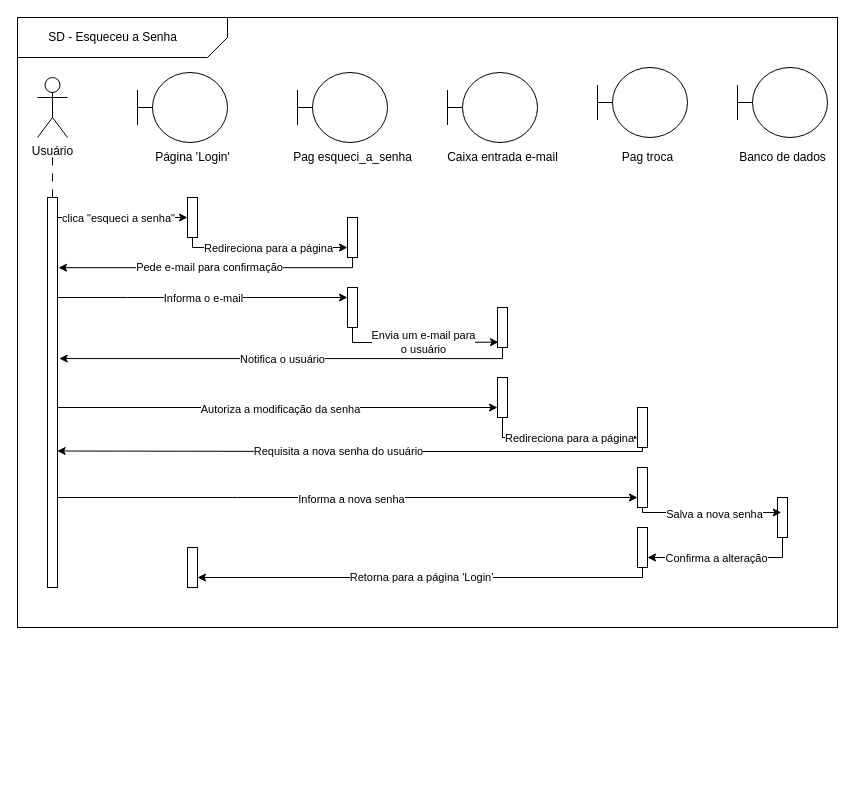
The draw.io diagram Diagrama de Sequencia - Esqueceu a Senha.drawio in Poseidon137x/Proj-Eng-Software-II, before the edit. Source tidied: cells renumbered, new cells numbered last; positions are measured from the earlier drawing's top-left corner, leaving out a move shared by most shapes. Both pictures are drawn from the tidied source at 100%, with x=0, y=0 at pixel (17, 17).
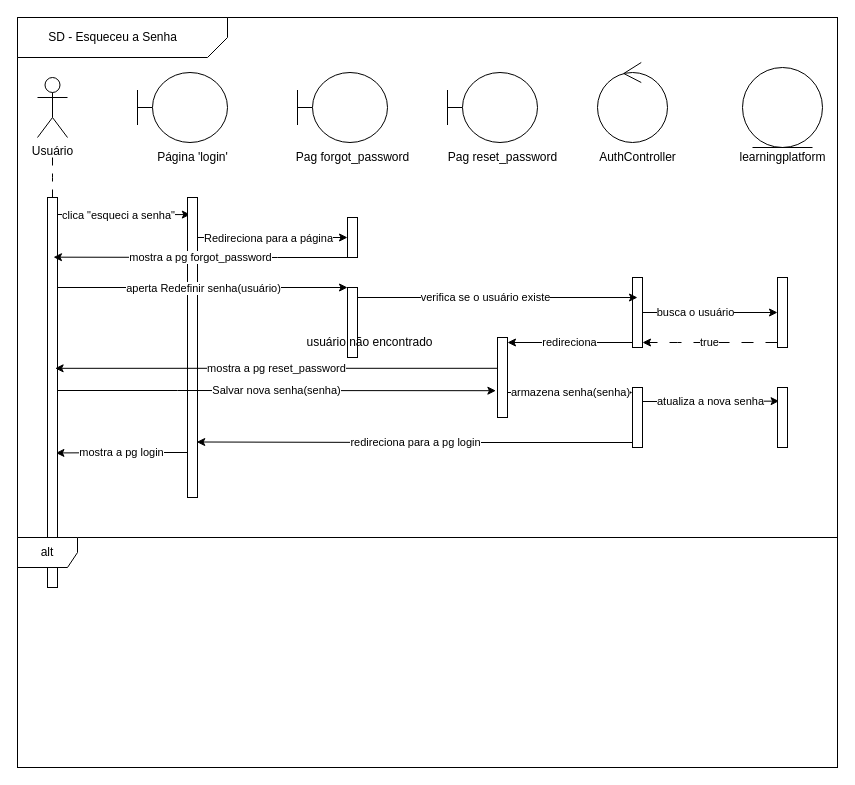
After the change.

Unchanged cells that the change refers to:
```xml
<mxCell id="26" style="rounded=0;whiteSpace=wrap;html=1;" parent="1" vertex="1">
  <mxGeometry x="30" y="180" width="10" height="390" as="geometry" />
</mxCell>
<mxCell id="30" style="rounded=0;whiteSpace=wrap;html=1;" parent="1" vertex="1">
  <mxGeometry x="330" y="200" width="10" height="40" as="geometry" />
</mxCell>
```

Diff of the diagram source:
```diff
@@
     <mxCell id="2" style="rounded=0;whiteSpace=wrap;html=1;" parent="1" vertex="1">
-      <mxGeometry width="820" height="610" as="geometry" />
+      <mxGeometry width="820" height="750" as="geometry" />
     </mxCell>
@@
-    <mxCell id="8" style="shape=umlBoundary;whiteSpace=wrap;html=1;" parent="1" vertex="1">
-      <mxGeometry x="430" y="55" width="90" height="70" as="geometry" />
-    </mxCell>
-    <mxCell id="9" value="Página 'Login'" style="text;html=1;align=center;verticalAlign=middle;strokeColor=none;fillColor=none;" parent="1" vertex="1">
-      <mxGeometry x="125" y="125" width="100" height="30" as="geometry" />
+    <mxCell id="9" value="Página 'login'" style="text;html=1;align=center;verticalAlign=middle;strokeColor=none;fillColor=none;" parent="1" vertex="1">
+      <mxGeometry x="130" y="125" width="90" height="30" as="geometry" />
     </mxCell>
-    <mxCell id="10" value="Pag esqueci_a_senha" style="text;html=1;align=center;verticalAlign=middle;strokeColor=none;fillColor=none;" parent="1" vertex="1">
+    <mxCell id="10" value="Pag forgot_password" style="text;html=1;align=center;verticalAlign=middle;strokeColor=none;fillColor=none;" parent="1" vertex="1">
       <mxGeometry x="265" y="125" width="140" height="30" as="geometry" />
     </mxCell>
-    <mxCell id="11" value="Caixa entrada e-mail" style="text;html=1;align=center;verticalAlign=middle;strokeColor=none;fillColor=none;" parent="1" vertex="1">
-      <mxGeometry x="420" y="125" width="130" height="30" as="geometry" />
+    <mxCell id="11" value="AuthController" style="text;html=1;align=center;verticalAlign=middle;strokeColor=none;fillColor=none;" parent="1" vertex="1">
+      <mxGeometry x="570" y="125" width="100" height="30" as="geometry" />
     </mxCell>
     <mxCell id="12" style="shape=umlBoundary;whiteSpace=wrap;html=1;" parent="1" vertex="1">
-      <mxGeometry x="580" y="50" width="90" height="70" as="geometry" />
+      <mxGeometry x="430" y="55" width="90" height="70" as="geometry" />
     </mxCell>
-    <mxCell id="13" value="Pag troca" style="text;html=1;align=center;verticalAlign=middle;strokeColor=none;fillColor=none;" parent="1" vertex="1">
-      <mxGeometry x="595" y="125" width="70" height="30" as="geometry" />
+    <mxCell id="13" value="Pag reset_password" style="text;html=1;align=center;verticalAlign=middle;strokeColor=none;fillColor=none;" parent="1" vertex="1">
+      <mxGeometry x="420" y="125" width="130" height="30" as="geometry" />
     </mxCell>
-    <mxCell id="14" style="shape=umlBoundary;whiteSpace=wrap;html=1;" parent="1" vertex="1">
-      <mxGeometry x="720" y="50" width="90" height="70" as="geometry" />
-    </mxCell>
-    <mxCell id="15" value="Banco de dados" style="text;html=1;align=center;verticalAlign=middle;strokeColor=none;fillColor=none;" parent="1" vertex="1">
+    <mxCell id="15" value="learningplatform" style="text;html=1;align=center;verticalAlign=middle;strokeColor=none;fillColor=none;" parent="1" vertex="1">
       <mxGeometry x="710" y="125" width="110" height="30" as="geometry" />
     </mxCell>
@@
-    <mxCell id="17" style="edgeStyle=orthogonalEdgeStyle;rounded=0;jettySize=auto;html=1;entryX=0;entryY=0.5;entryDx=0;entryDy=0;" parent="1" edge="1" source="26" target="29">
+    <mxCell id="17" style="edgeStyle=orthogonalEdgeStyle;rounded=0;jettySize=auto;html=1;entryX=0.28;entryY=0.057;entryDx=0;entryDy=0;entryPerimeter=0;" parent="1" edge="1" source="26" target="29">
       <mxGeometry relative="1" as="geometry">
         <Array as="points">
-          <mxPoint x="80" y="200" />
-          <mxPoint x="80" y="200" />
+          <mxPoint x="90" y="197" />
+          <mxPoint x="90" y="197" />
         </Array>
       </mxGeometry>
     </mxCell>
@@
-    <mxCell id="19" style="edgeStyle=orthogonalEdgeStyle;rounded=0;jettySize=auto;html=1;entryX=0;entryY=0.25;entryDx=0;entryDy=0;" parent="1" edge="1" source="26" target="37">
-      <mxGeometry relative="1" as="geometry">
-        <Array as="points">
-          <mxPoint x="110" y="280" />
-          <mxPoint x="110" y="280" />
-        </Array>
-      </mxGeometry>
-    </mxCell>
-    <mxCell id="20" style="edgeLabel;html=1;align=center;verticalAlign=middle;" parent="19" vertex="1">
-      <mxGeometry x="0.03" y="-1" relative="1" as="geometry" />
-    </mxCell>
-    <mxCell id="21" value="Informa o e-mail" style="edgeLabel;html=1;align=center;verticalAlign=middle;" parent="19" vertex="1">
-      <mxGeometry relative="1" as="geometry" />
-    </mxCell>
-    <mxCell id="22" style="edgeStyle=orthogonalEdgeStyle;rounded=0;jettySize=auto;html=1;entryX=0;entryY=0.75;entryDx=0;entryDy=0;" parent="1" edge="1" source="26" target="36">
-      <mxGeometry relative="1" as="geometry">
-        <Array as="points">
-          <mxPoint x="35" y="390" />
-        </Array>
-      </mxGeometry>
-    </mxCell>
-    <mxCell id="23" value="Autoriza a modificação da senha" style="edgeLabel;html=1;align=center;verticalAlign=middle;" parent="22" vertex="1">
-      <mxGeometry x="0.01" y="-1" relative="1" as="geometry" />
-    </mxCell>
-    <mxCell id="24" style="edgeStyle=orthogonalEdgeStyle;rounded=0;jettySize=auto;html=1;entryX=0;entryY=0.75;entryDx=0;entryDy=0;" parent="1" edge="1" source="26" target="33">
-      <mxGeometry relative="1" as="geometry">
-        <Array as="points">
-          <mxPoint x="220" y="480" />
-          <mxPoint x="220" y="480" />
-        </Array>
-      </mxGeometry>
-    </mxCell>
-    <mxCell id="25" value="Informa a nova senha" style="edgeLabel;html=1;align=center;verticalAlign=middle;" parent="24" vertex="1">
-      <mxGeometry x="0.01" y="-1" relative="1" as="geometry" />
-    </mxCell>
@@
-    <mxCell id="27" style="edgeStyle=orthogonalEdgeStyle;rounded=0;jettySize=auto;html=1;entryX=0;entryY=0.75;entryDx=0;entryDy=0;" parent="1" edge="1" source="29" target="30">
+    <mxCell id="27" style="edgeStyle=orthogonalEdgeStyle;rounded=0;jettySize=auto;html=1;entryX=0;entryY=0.5;entryDx=0;entryDy=0;" parent="1" edge="1" source="29" target="30">
       <mxGeometry relative="1" as="geometry">
         <Array as="points">
-          <mxPoint x="175" y="230" />
+          <mxPoint x="220" y="220" />
+          <mxPoint x="220" y="220" />
         </Array>
       </mxGeometry>
     </mxCell>
     <mxCell id="28" value="Redireciona para a página" style="edgeLabel;html=1;align=center;verticalAlign=middle;" parent="27" vertex="1">
       <mxGeometry x="0.09" relative="1" as="geometry">
-        <mxPoint x="-5" as="offset" />
+        <mxPoint x="-12" as="offset" />
       </mxGeometry>
     </mxCell>
     <mxCell id="29" style="rounded=0;whiteSpace=wrap;html=1;" parent="1" vertex="1">
-      <mxGeometry x="170" y="180" width="10" height="40" as="geometry" />
+      <mxGeometry x="170" y="180" width="10" height="300" as="geometry" />
     </mxCell>
@@
-    <mxCell id="31" style="rounded=0;whiteSpace=wrap;html=1;" parent="1" vertex="1">
-      <mxGeometry x="480" y="290" width="10" height="40" as="geometry" />
-    </mxCell>
-    <mxCell id="32" style="rounded=0;whiteSpace=wrap;html=1;" parent="1" vertex="1">
-      <mxGeometry x="620" y="390" width="10" height="40" as="geometry" />
-    </mxCell>
-    <mxCell id="33" style="rounded=0;whiteSpace=wrap;html=1;" parent="1" vertex="1">
-      <mxGeometry x="620" y="450" width="10" height="40" as="geometry" />
-    </mxCell>
-    <mxCell id="34" style="edgeStyle=orthogonalEdgeStyle;rounded=0;jettySize=auto;html=1;entryX=0;entryY=0.75;entryDx=0;entryDy=0;" parent="1" edge="1" source="36" target="32">
-      <mxGeometry relative="1" as="geometry">
-        <Array as="points">
-          <mxPoint x="485" y="420" />
-        </Array>
-      </mxGeometry>
-    </mxCell>
-    <mxCell id="35" value="Redireciona para a página" style="edgeLabel;html=1;align=center;verticalAlign=middle;" parent="34" vertex="1">
-      <mxGeometry x="0.11" relative="1" as="geometry" />
-    </mxCell>
-    <mxCell id="36" style="rounded=0;whiteSpace=wrap;html=1;" parent="1" vertex="1">
-      <mxGeometry x="480" y="360" width="10" height="40" as="geometry" />
-    </mxCell>
     <mxCell id="37" style="rounded=0;whiteSpace=wrap;html=1;" parent="1" vertex="1">
-      <mxGeometry x="330" y="270" width="10" height="40" as="geometry" />
+      <mxGeometry x="330" y="270" width="10" height="70" as="geometry" />
     </mxCell>
-    <mxCell id="38" style="edgeStyle=orthogonalEdgeStyle;rounded=0;jettySize=auto;html=1;entryX=0.103;entryY=0.866;entryDx=0;entryDy=0;entryPerimeter=0;" parent="1" edge="1" source="37" target="31">
-      <mxGeometry relative="1" as="geometry">
-        <Array as="points">
-          <mxPoint x="335" y="325" />
-          <mxPoint x="410" y="325" />
-        </Array>
-      </mxGeometry>
-    </mxCell>
-    <mxCell id="39" value="Envia um e-mail para&lt;div&gt;o usuário&lt;/div&gt;" style="edgeLabel;html=1;align=center;verticalAlign=middle;" parent="38" vertex="1">
-      <mxGeometry x="0.05" y="1" relative="1" as="geometry" />
-    </mxCell>
-    <mxCell id="40" style="edgeStyle=orthogonalEdgeStyle;rounded=0;jettySize=auto;html=1;entryX=1;entryY=0.75;entryDx=0;entryDy=0;" parent="1" edge="1" source="42" target="45">
-      <mxGeometry relative="1" as="geometry">
-        <Array as="points">
-          <mxPoint x="765" y="540" />
-        </Array>
-      </mxGeometry>
-    </mxCell>
-    <mxCell id="41" value="Confirma a alteração" style="edgeLabel;html=1;align=center;verticalAlign=middle;" parent="40" vertex="1">
-      <mxGeometry x="0.12" relative="1" as="geometry" />
-    </mxCell>
-    <mxCell id="42" style="rounded=0;whiteSpace=wrap;html=1;" parent="1" vertex="1">
-      <mxGeometry x="760" y="480" width="10" height="40" as="geometry" />
-    </mxCell>
-    <mxCell id="43" style="edgeStyle=orthogonalEdgeStyle;rounded=0;jettySize=auto;html=1;entryX=1;entryY=0.75;entryDx=0;entryDy=0;" parent="1" edge="1" source="45" target="46">
-      <mxGeometry relative="1" as="geometry">
-        <Array as="points">
-          <mxPoint x="625" y="560" />
-        </Array>
-      </mxGeometry>
-    </mxCell>
-    <mxCell id="44" value="Retorna para a página 'Login'" style="edgeLabel;html=1;align=center;verticalAlign=middle;" parent="43" vertex="1">
-      <mxGeometry x="0.02" y="-1" relative="1" as="geometry" />
-    </mxCell>
-    <mxCell id="45" style="rounded=0;whiteSpace=wrap;html=1;" parent="1" vertex="1">
-      <mxGeometry x="620" y="510" width="10" height="40" as="geometry" />
-    </mxCell>
-    <mxCell id="46" style="rounded=0;whiteSpace=wrap;html=1;" parent="1" vertex="1">
-      <mxGeometry x="170" y="530" width="10" height="40" as="geometry" />
-    </mxCell>
+    <mxCell id="55" style="ellipse;shape=umlControl;whiteSpace=wrap;html=1;" parent="1" vertex="1">
+      <mxGeometry x="580" y="45" width="70" height="80" as="geometry" />
+    </mxCell>
-    <mxCell id="47" style="edgeStyle=orthogonalEdgeStyle;rounded=0;jettySize=auto;html=1;entryX=1.103;entryY=0.18;entryDx=0;entryDy=0;entryPerimeter=0;" parent="1" edge="1" source="30" target="26">
+    <mxCell id="47" value="mostra a pg forgot_password" style="edgeStyle=orthogonalEdgeStyle;rounded=0;jettySize=auto;html=1;exitX=0;exitY=1;exitDx=0;exitDy=0;entryX=0.6;entryY=0.153;entryDx=0;entryDy=0;entryPerimeter=0;" parent="1" edge="1" source="30" target="26">
       <mxGeometry relative="1" as="geometry">
         <Array as="points">
-          <mxPoint x="335" y="250" />
+          <mxPoint x="260" y="240" />
+          <mxPoint x="260" y="240" />
         </Array>
       </mxGeometry>
     </mxCell>
-    <mxCell id="48" value="Pede e-mail para confirmação" style="edgeLabel;html=1;align=center;verticalAlign=middle;" parent="47" vertex="1">
-      <mxGeometry x="0.01" y="-1" relative="1" as="geometry" />
-    </mxCell>
-    <mxCell id="49" style="edgeStyle=orthogonalEdgeStyle;rounded=0;jettySize=auto;html=1;entryX=1.172;entryY=0.413;entryDx=0;entryDy=0;entryPerimeter=0;" parent="1" edge="1" source="31" target="26">
-      <mxGeometry relative="1" as="geometry">
-        <Array as="points">
-          <mxPoint x="485" y="341" />
-        </Array>
-      </mxGeometry>
-    </mxCell>
-    <mxCell id="50" value="Notifica o usuário" style="edgeLabel;html=1;align=center;verticalAlign=middle;" parent="49" vertex="1">
-      <mxGeometry x="0.02" relative="1" as="geometry" />
-    </mxCell>
-    <mxCell id="51" style="edgeStyle=orthogonalEdgeStyle;rounded=0;jettySize=auto;html=1;entryX=0.966;entryY=0.65;entryDx=0;entryDy=0;entryPerimeter=0;" parent="1" edge="1" source="32" target="26">
-      <mxGeometry relative="1" as="geometry">
-        <Array as="points">
-          <mxPoint x="625" y="434" />
-          <mxPoint x="330" y="434" />
-        </Array>
-      </mxGeometry>
-    </mxCell>
-    <mxCell id="52" value="Requisita a nova senha do usuário" style="edgeLabel;html=1;align=center;verticalAlign=middle;" parent="51" vertex="1">
-      <mxGeometry x="0.05" relative="1" as="geometry" />
-    </mxCell>
-    <mxCell id="53" style="edgeStyle=orthogonalEdgeStyle;rounded=0;jettySize=auto;html=1;entryX=0.379;entryY=0.375;entryDx=0;entryDy=0;entryPerimeter=0;" parent="1" edge="1" source="33" target="42">
-      <mxGeometry relative="1" as="geometry">
-        <Array as="points">
-          <mxPoint x="625" y="495" />
-        </Array>
-      </mxGeometry>
-    </mxCell>
-    <mxCell id="54" value="Salva a nova senha" style="edgeLabel;html=1;align=center;verticalAlign=middle;" parent="53" vertex="1">
-      <mxGeometry x="0.06" y="-1" relative="1" as="geometry" />
-    </mxCell>
+    <mxCell id="56" style="html=1;points=[[0,0,0,0,5],[0,1,0,0,-5],[1,0,0,0,5],[1,1,0,0,-5]];perimeter=orthogonalPerimeter;outlineConnect=0;targetShapes=umlLifeline;portConstraint=eastwest;newEdgeStyle={&quot;curved&quot;:0,&quot;rounded&quot;:0};" parent="1" vertex="1">
+      <mxGeometry x="760" y="260" width="10" height="70" as="geometry" />
+    </mxCell>
+    <mxCell id="57" style="ellipse;shape=umlEntity;whiteSpace=wrap;html=1;" parent="1" vertex="1">
+      <mxGeometry x="725" y="50" width="80" height="80" as="geometry" />
+    </mxCell>
+    <mxCell id="58" value="alt" style="shape=umlFrame;whiteSpace=wrap;html=1;" parent="1" vertex="1">
+      <mxGeometry y="520" width="820" height="230" as="geometry" />
+    </mxCell>
+    <mxCell id="59" value="usuário não encontrado" style="text;html=1;align=center;verticalAlign=middle;whiteSpace=wrap;rounded=0;" parent="1" vertex="1">
+      <mxGeometry x="265" y="310" width="175" height="30" as="geometry" />
+    </mxCell>
+    <mxCell id="60" style="html=1;points=[[0,0,0,0,5],[0,1,0,0,-5],[1,0,0,0,5],[1,1,0,0,-5]];perimeter=orthogonalPerimeter;outlineConnect=0;targetShapes=umlLifeline;portConstraint=eastwest;newEdgeStyle={&quot;curved&quot;:0,&quot;rounded&quot;:0};" parent="1" vertex="1">
+      <mxGeometry x="480" y="320" width="10" height="80" as="geometry" />
+    </mxCell>
+    <mxCell id="61" value="redireciona" style="edgeStyle=orthogonalEdgeStyle;rounded=0;jettySize=auto;html=1;curved=0;exitX=0;exitY=1;exitDx=0;exitDy=-5;exitPerimeter=0;entryX=1;entryY=0;entryDx=0;entryDy=5;entryPerimeter=0;" parent="1" edge="1" source="67" target="60">
+      <mxGeometry relative="1" as="geometry" />
+    </mxCell>
+    <mxCell id="62" value="mostra a pg reset_password" style="edgeStyle=orthogonalEdgeStyle;rounded=0;jettySize=auto;html=1;curved=0;entryX=0.76;entryY=0.438;entryDx=0;entryDy=0;entryPerimeter=0;" parent="1" edge="1" source="60" target="26">
+      <mxGeometry relative="1" as="geometry">
+        <Array as="points">
+          <mxPoint x="260" y="350" />
+        </Array>
+      </mxGeometry>
+    </mxCell>
+    <mxCell id="63" value="Salvar nova senha(senha)" style="edgeStyle=orthogonalEdgeStyle;rounded=0;jettySize=auto;html=1;entryX=-0.16;entryY=0.665;entryDx=0;entryDy=0;entryPerimeter=0;" parent="1" edge="1" source="26" target="60">
+      <mxGeometry relative="1" as="geometry">
+        <Array as="points">
+          <mxPoint x="160" y="373" />
+          <mxPoint x="160" y="373" />
+        </Array>
+      </mxGeometry>
+    </mxCell>
+    <mxCell id="64" style="html=1;points=[[0,0,0,0,5],[0,1,0,0,-5],[1,0,0,0,5],[1,1,0,0,-5]];perimeter=orthogonalPerimeter;outlineConnect=0;targetShapes=umlLifeline;portConstraint=eastwest;newEdgeStyle={&quot;curved&quot;:0,&quot;rounded&quot;:0};" parent="1" vertex="1">
+      <mxGeometry x="760" y="370" width="10" height="60" as="geometry" />
+    </mxCell>
+    <mxCell id="65" value="atualiza a nova senha" style="edgeStyle=orthogonalEdgeStyle;rounded=0;jettySize=auto;html=1;curved=0;entryX=0.16;entryY=0.227;entryDx=0;entryDy=0;entryPerimeter=0;" parent="1" edge="1" source="66" target="64">
+      <mxGeometry relative="1" as="geometry">
+        <Array as="points">
+          <mxPoint x="670" y="384" />
+          <mxPoint x="670" y="384" />
+        </Array>
+      </mxGeometry>
+    </mxCell>
+    <mxCell id="66" style="html=1;points=[[0,0,0,0,5],[0,1,0,0,-5],[1,0,0,0,5],[1,1,0,0,-5]];perimeter=orthogonalPerimeter;outlineConnect=0;targetShapes=umlLifeline;portConstraint=eastwest;newEdgeStyle={&quot;curved&quot;:0,&quot;rounded&quot;:0};" parent="1" vertex="1">
+      <mxGeometry x="615" y="370" width="10" height="60" as="geometry" />
+    </mxCell>
+    <mxCell id="67" style="html=1;points=[[0,0,0,0,5],[0,1,0,0,-5],[1,0,0,0,5],[1,1,0,0,-5]];perimeter=orthogonalPerimeter;outlineConnect=0;targetShapes=umlLifeline;portConstraint=eastwest;newEdgeStyle={&quot;curved&quot;:0,&quot;rounded&quot;:0};" parent="1" vertex="1">
+      <mxGeometry x="615" y="260" width="10" height="70" as="geometry" />
+    </mxCell>
+    <mxCell id="68" value="true" style="edgeStyle=orthogonalEdgeStyle;rounded=0;jettySize=auto;html=1;curved=0;exitX=0;exitY=1;exitDx=0;exitDy=-5;exitPerimeter=0;dashed=1;dashPattern=12 12;" parent="1" edge="1" source="56">
+      <mxGeometry relative="1" as="geometry">
+        <mxPoint x="625" y="325" as="targetPoint" />
+        <Array as="points">
+          <mxPoint x="660" y="325" />
+          <mxPoint x="660" y="325" />
+        </Array>
+      </mxGeometry>
+    </mxCell>
+    <mxCell id="69" value="busca o usuário" style="edgeStyle=orthogonalEdgeStyle;rounded=0;jettySize=auto;html=1;curved=0;exitX=1;exitY=1;exitDx=0;exitDy=-5;exitPerimeter=0;" parent="1" edge="1" source="67" target="56">
+      <mxGeometry relative="1" as="geometry">
+        <Array as="points">
+          <mxPoint x="625" y="295" />
+        </Array>
+      </mxGeometry>
+    </mxCell>
+    <mxCell id="70" value="verifica se o usuário existe" style="edgeStyle=orthogonalEdgeStyle;rounded=0;jettySize=auto;html=1;exitX=1;exitY=0.5;exitDx=0;exitDy=0;entryX=0.5;entryY=0.286;entryDx=0;entryDy=0;entryPerimeter=0;" parent="1" edge="1" source="37" target="67">
+      <mxGeometry relative="1" as="geometry">
+        <Array as="points">
+          <mxPoint x="340" y="280" />
+        </Array>
+      </mxGeometry>
+    </mxCell>
+    <mxCell id="71" value="armazena senha(senha)" style="edgeStyle=orthogonalEdgeStyle;rounded=0;jettySize=auto;html=1;curved=0;entryX=0;entryY=0;entryDx=0;entryDy=5;entryPerimeter=0;" parent="1" edge="1" source="60" target="66">
+      <mxGeometry x="0.01" relative="1" as="geometry">
+        <Array as="points">
+          <mxPoint x="520" y="375" />
+          <mxPoint x="520" y="375" />
+        </Array>
+      </mxGeometry>
+    </mxCell>
+    <mxCell id="19" style="edgeStyle=orthogonalEdgeStyle;rounded=0;jettySize=auto;html=1;entryX=0;entryY=0;entryDx=0;entryDy=0;" parent="1" edge="1" source="26" target="37">
+      <mxGeometry relative="1" as="geometry">
+        <Array as="points">
+          <mxPoint x="200" y="270" />
+          <mxPoint x="200" y="270" />
+        </Array>
+      </mxGeometry>
+    </mxCell>
+    <mxCell id="20" style="edgeLabel;html=1;align=center;verticalAlign=middle;" parent="19" vertex="1">
+      <mxGeometry x="0.03" y="-1" relative="1" as="geometry" />
+    </mxCell>
+    <mxCell id="21" value="aperta Redefinir senha(usuário)" style="edgeLabel;html=1;align=center;verticalAlign=middle;" parent="19" vertex="1">
+      <mxGeometry relative="1" as="geometry" />
+    </mxCell>
+    <mxCell id="72" value="redireciona para a pg login" style="edgeStyle=orthogonalEdgeStyle;rounded=0;jettySize=auto;html=1;curved=0;exitX=0;exitY=1;exitDx=0;exitDy=-5;exitPerimeter=0;entryX=0.92;entryY=0.815;entryDx=0;entryDy=0;entryPerimeter=0;" parent="1" edge="1" source="66" target="29">
+      <mxGeometry relative="1" as="geometry" />
+    </mxCell>
+    <mxCell id="73" value="mostra a pg login" style="edgeStyle=orthogonalEdgeStyle;rounded=0;jettySize=auto;html=1;entryX=0.84;entryY=0.655;entryDx=0;entryDy=0;entryPerimeter=0;" parent="1" edge="1" source="29" target="26">
+      <mxGeometry relative="1" as="geometry">
+        <Array as="points">
+          <mxPoint x="140" y="435" />
+          <mxPoint x="140" y="435" />
+        </Array>
+      </mxGeometry>
+    </mxCell>
```
